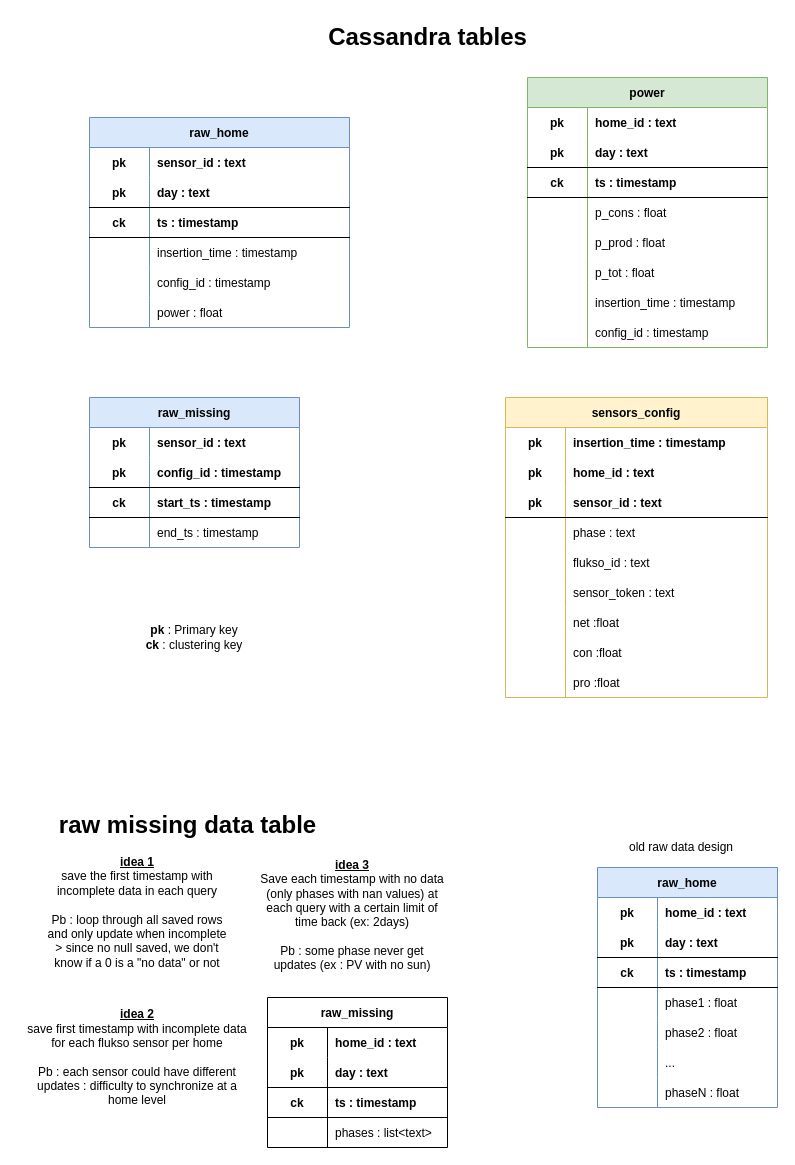
The draw.io diagram page "cassandra tables" (1 of 11) of documentation/documentation_diagrams.drawio in AlexandreHnf/Voisin-d-energie-ULB, before the edit. Source tidied: cells renumbered, new cells numbered last; positions are measured from the earlier drawing's top-left corner, leaving out a move shared by most shapes. Both pictures are drawn from the tidied source at 100%, with x=0, y=0 at pixel (17, 17).
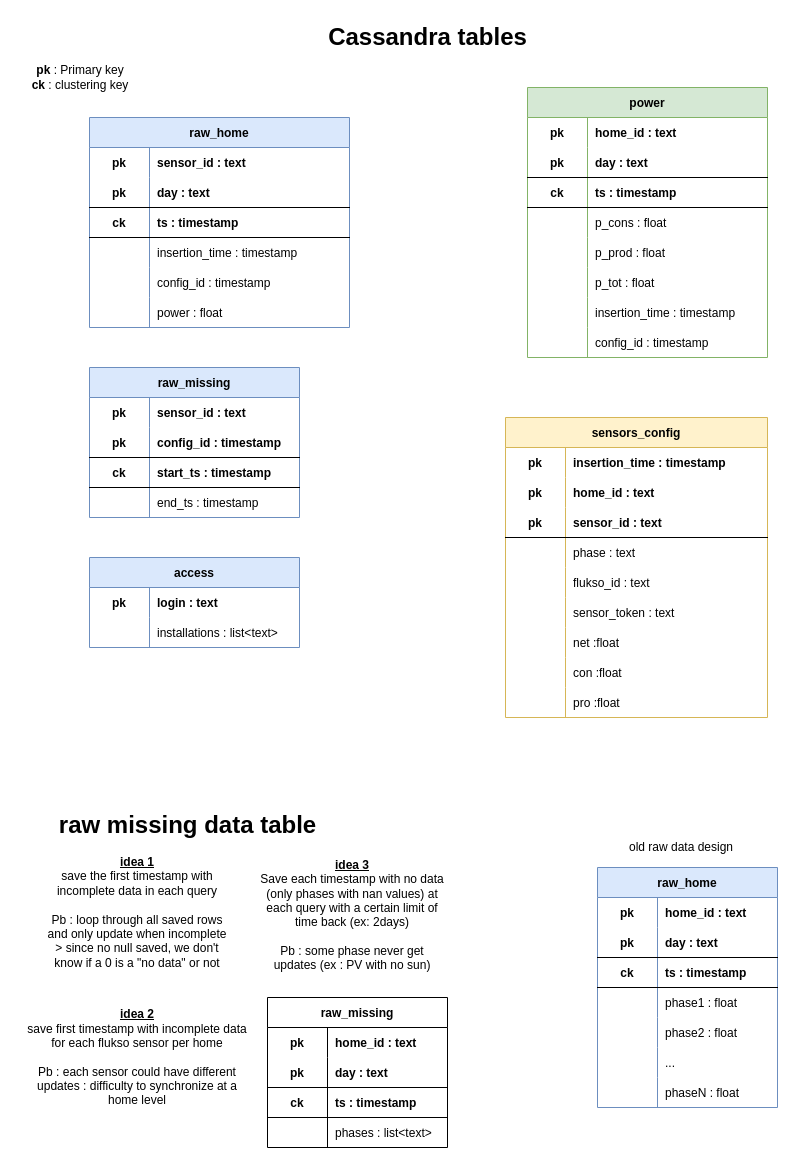
The same page after the edit.

What changed in the source:
```diff
@@
     <mxCell id="24" value="power" style="shape=table;startSize=30;childLayout=tableLayout;rowLines=0;fontStyle=1;align=center;fillColor=#d5e8d4;strokeColor=#82b366;" parent="1" vertex="1">
-      <mxGeometry x="510" y="60" width="240" height="270" as="geometry" />
+      <mxGeometry x="510" y="70" width="240" height="270" as="geometry" />
     </mxCell>
@@
     <mxCell id="67" value="sensors_config" style="shape=table;startSize=30;childLayout=tableLayout;rowLines=0;fontStyle=1;align=center;fillColor=#fff2cc;strokeColor=#d6b656;" parent="1" vertex="1">
-      <mxGeometry x="488" y="380" width="262" height="300" as="geometry" />
+      <mxGeometry x="488" y="400" width="262" height="300" as="geometry" />
     </mxCell>
@@
     <mxCell id="95" value="&lt;div&gt;&lt;b&gt;pk&lt;/b&gt; : Primary key&lt;/div&gt;&lt;div&gt;&lt;b&gt;ck &lt;/b&gt;: clustering key&lt;br&gt;&lt;/div&gt;" style="text;html=1;strokeColor=none;fillColor=none;align=center;verticalAlign=middle;whiteSpace=wrap;rounded=0;" parent="1" vertex="1">
-      <mxGeometry x="114" y="590" width="126" height="60" as="geometry" />
+      <mxGeometry y="30" width="126" height="60" as="geometry" />
     </mxCell>
@@
     <mxCell id="116" value="raw_missing" style="shape=table;startSize=30;childLayout=tableLayout;rowLines=0;fontStyle=1;align=center;fillColor=#dae8fc;strokeColor=#6c8ebf;" parent="1" vertex="1">
-      <mxGeometry x="72" y="380" width="210" height="150" as="geometry" />
+      <mxGeometry x="72" y="350" width="210" height="150" as="geometry" />
     </mxCell>
@@
+    <mxCell id="129" value="access" style="shape=table;startSize=30;childLayout=tableLayout;rowLines=0;fontStyle=1;align=center;fillColor=#dae8fc;strokeColor=#6c8ebf;" parent="1" vertex="1">
+      <mxGeometry x="72" y="540" width="210" height="90" as="geometry" />
+    </mxCell>
+    <mxCell id="130" style="shape=tableRow;horizontal=0;startSize=0;swimlaneHead=0;swimlaneBody=0;fillColor=none;top=0;left=0;right=0;bottom=0;" parent="129" vertex="1">
+      <mxGeometry y="30" width="210" height="30" as="geometry" />
+    </mxCell>
+    <mxCell id="131" value="pk" style="shape=partialRectangle;fillColor=none;top=0;left=0;bottom=0;right=0;fontStyle=1;overflow=hidden;" parent="130" vertex="1">
+      <mxGeometry width="60" height="30" as="geometry" />
+    </mxCell>
+    <mxCell id="132" value="login : text" style="shape=partialRectangle;fillColor=none;top=0;left=0;bottom=0;right=0;align=left;spacingLeft=6;fontStyle=1;overflow=hidden;" parent="130" vertex="1">
+      <mxGeometry x="60" width="150" height="30" as="geometry" />
+    </mxCell>
+    <mxCell id="133" style="shape=tableRow;horizontal=0;startSize=0;swimlaneHead=0;swimlaneBody=0;fillColor=none;top=0;left=0;right=0;bottom=0;" parent="129" vertex="1">
+      <mxGeometry y="60" width="210" height="30" as="geometry" />
+    </mxCell>
+    <mxCell id="134" style="shape=partialRectangle;fillColor=none;top=0;left=0;bottom=0;right=0;overflow=hidden;" parent="133" vertex="1">
+      <mxGeometry width="60" height="30" as="geometry" />
+    </mxCell>
+    <mxCell id="135" value="installations : list&lt;text&gt;" style="shape=partialRectangle;fillColor=none;top=0;left=0;bottom=0;right=0;align=left;spacingLeft=6;overflow=hidden;" parent="133" vertex="1">
+      <mxGeometry x="60" width="150" height="30" as="geometry" />
+    </mxCell>
```
